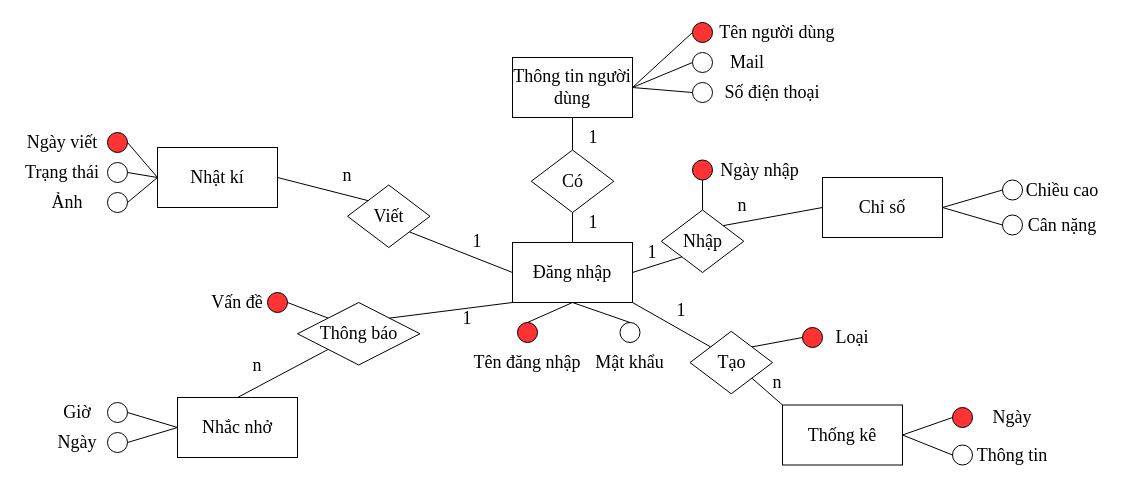
The draw.io diagram Document/Database.drawio in vanlinh1602/HealthTrackingApp, before the edit. Source tidied: cells renumbered, new cells numbered last; positions are measured from the earlier drawing's top-left corner, leaving out a move shared by most shapes. Both pictures are drawn from the tidied source at 100%, with x=0, y=0 at pixel (17, 17).
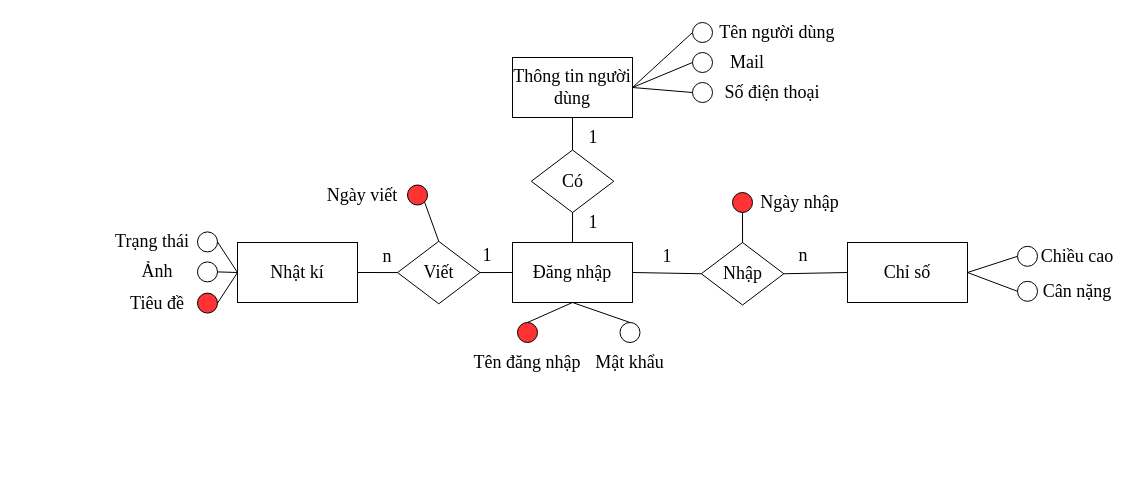
The same page after the edit.

The change refers to these unchanged cells:
```xml
<mxCell id="2" value="Đăng nhập" style="rounded=0;whiteSpace=wrap;html=1;fontFamily=Times New Roman;fontSize=18;" parent="1" vertex="1">
  <mxGeometry x="495" y="225" width="120" height="60" as="geometry" />
</mxCell>
```

The edit, as a diff of the source:
```diff
@@
     <mxCell id="3" value="Nhật kí" style="rounded=0;whiteSpace=wrap;html=1;fontFamily=Times New Roman;fontSize=18;" parent="1" vertex="1">
-      <mxGeometry x="140" y="130" width="120" height="60" as="geometry" />
+      <mxGeometry x="220" y="225" width="120" height="60" as="geometry" />
     </mxCell>
-    <mxCell id="4" value="Nhắc nhở" style="rounded=0;whiteSpace=wrap;html=1;fontFamily=Times New Roman;fontSize=18;" parent="1" vertex="1">
-      <mxGeometry x="160" y="380" width="120" height="60" as="geometry" />
-    </mxCell>
-    <mxCell id="5" value="Thống kê" style="rounded=0;whiteSpace=wrap;html=1;fontFamily=Times New Roman;fontSize=18;" parent="1" vertex="1">
-      <mxGeometry x="765" y="387.5" width="120" height="60" as="geometry" />
-    </mxCell>
@@
     <mxCell id="7" value="Chỉ số" style="rounded=0;whiteSpace=wrap;html=1;fontFamily=Times New Roman;fontSize=18;" parent="1" vertex="1">
-      <mxGeometry x="805" y="160" width="120" height="60" as="geometry" />
+      <mxGeometry x="830" y="225" width="120" height="60" as="geometry" />
     </mxCell>
@@
-    <mxCell id="12" value="Giờ" style="text;html=1;strokeColor=none;fillColor=none;align=center;verticalAlign=middle;whiteSpace=wrap;rounded=0;fontFamily=Times New Roman;fontSize=18;" parent="1" vertex="1">
-      <mxGeometry x="30" y="380" width="60" height="30" as="geometry" />
-    </mxCell>
-    <mxCell id="13" style="ellipse;whiteSpace=wrap;html=1;fontFamily=Times New Roman;fontSize=18;fillColor=#FFFFFF;" parent="1" vertex="1">
-      <mxGeometry x="90" y="385" width="20" height="20" as="geometry" />
-    </mxCell>
-    <mxCell id="14" value="Vấn đề" style="text;html=1;strokeColor=none;fillColor=none;align=center;verticalAlign=middle;whiteSpace=wrap;rounded=0;fontFamily=Times New Roman;fontSize=18;" parent="1" vertex="1">
-      <mxGeometry x="190" y="270" width="60" height="30" as="geometry" />
-    </mxCell>
-    <mxCell id="15" style="ellipse;whiteSpace=wrap;html=1;fontFamily=Times New Roman;fontSize=18;fillColor=#FF3333;" parent="1" vertex="1">
-      <mxGeometry x="250" y="275" width="20" height="20" as="geometry" />
-    </mxCell>
-    <mxCell id="16" value="Thông tin" style="text;html=1;strokeColor=none;fillColor=none;align=center;verticalAlign=middle;whiteSpace=wrap;rounded=0;fontFamily=Times New Roman;fontSize=18;" parent="1" vertex="1">
-      <mxGeometry x="955" y="422.5" width="80" height="30" as="geometry" />
-    </mxCell>
-    <mxCell id="17" style="ellipse;whiteSpace=wrap;html=1;fontFamily=Times New Roman;fontSize=18;fillColor=#FFFFFF;" parent="1" vertex="1">
-      <mxGeometry x="935" y="427.5" width="20" height="20" as="geometry" />
-    </mxCell>
-    <mxCell id="18" value="Loại" style="text;html=1;strokeColor=none;fillColor=none;align=center;verticalAlign=middle;whiteSpace=wrap;rounded=0;fontFamily=Times New Roman;fontSize=18;" parent="1" vertex="1">
-      <mxGeometry x="805" y="305" width="60" height="30" as="geometry" />
-    </mxCell>
-    <mxCell id="19" style="ellipse;whiteSpace=wrap;html=1;fontFamily=Times New Roman;fontSize=18;fillColor=#FF3333;" parent="1" vertex="1">
-      <mxGeometry x="785" y="310" width="20" height="20" as="geometry" />
-    </mxCell>
     <mxCell id="20" value="Chiều cao" style="text;html=1;strokeColor=none;fillColor=none;align=center;verticalAlign=middle;whiteSpace=wrap;rounded=0;fontFamily=Times New Roman;fontSize=18;" parent="1" vertex="1">
-      <mxGeometry x="1005" y="157.5" width="80" height="30" as="geometry" />
+      <mxGeometry x="1020" y="223.8" width="80" height="30" as="geometry" />
     </mxCell>
     <mxCell id="21" style="ellipse;whiteSpace=wrap;html=1;fontFamily=Times New Roman;fontSize=18;" parent="1" vertex="1">
-      <mxGeometry x="985" y="162.5" width="20" height="20" as="geometry" />
+      <mxGeometry x="1000" y="228.8" width="20" height="20" as="geometry" />
     </mxCell>
     <mxCell id="22" value="Cân nặng" style="text;html=1;strokeColor=none;fillColor=none;align=center;verticalAlign=middle;whiteSpace=wrap;rounded=0;fontFamily=Times New Roman;fontSize=18;" parent="1" vertex="1">
-      <mxGeometry x="1005" y="192.5" width="80" height="30" as="geometry" />
+      <mxGeometry x="1020" y="258.8" width="80" height="30" as="geometry" />
     </mxCell>
     <mxCell id="23" style="ellipse;whiteSpace=wrap;html=1;fontFamily=Times New Roman;fontSize=18;" parent="1" vertex="1">
-      <mxGeometry x="985" y="197.5" width="20" height="20" as="geometry" />
+      <mxGeometry x="1000" y="263.8" width="20" height="20" as="geometry" />
     </mxCell>
     <mxCell id="24" value="Ngày viết" style="text;html=1;strokeColor=none;fillColor=none;align=center;verticalAlign=middle;whiteSpace=wrap;rounded=0;fontFamily=Times New Roman;fontSize=18;" parent="1" vertex="1">
-      <mxGeometry y="110" width="90" height="30" as="geometry" />
+      <mxGeometry x="300" y="162.5" width="90" height="30" as="geometry" />
     </mxCell>
     <mxCell id="25" style="ellipse;whiteSpace=wrap;html=1;fontFamily=Times New Roman;fontSize=18;fillColor=#FF3333;" parent="1" vertex="1">
-      <mxGeometry x="90" y="115" width="20" height="20" as="geometry" />
+      <mxGeometry x="390" y="167.5" width="20" height="20" as="geometry" />
     </mxCell>
     <mxCell id="26" value="Trạng thái" style="text;html=1;strokeColor=none;fillColor=none;align=center;verticalAlign=middle;whiteSpace=wrap;rounded=0;fontFamily=Times New Roman;fontSize=18;" parent="1" vertex="1">
-      <mxGeometry y="140" width="90" height="30" as="geometry" />
+      <mxGeometry x="90" y="209.4" width="90" height="30" as="geometry" />
     </mxCell>
     <mxCell id="27" style="ellipse;whiteSpace=wrap;html=1;fontFamily=Times New Roman;fontSize=18;" parent="1" vertex="1">
-      <mxGeometry x="90" y="145" width="20" height="20" as="geometry" />
+      <mxGeometry x="180" y="214.4" width="20" height="20" as="geometry" />
     </mxCell>
     <mxCell id="28" value="Ảnh" style="text;html=1;strokeColor=none;fillColor=none;align=center;verticalAlign=middle;whiteSpace=wrap;rounded=0;fontFamily=Times New Roman;fontSize=18;" parent="1" vertex="1">
-      <mxGeometry x="10" y="170" width="80" height="30" as="geometry" />
+      <mxGeometry x="100" y="239.4" width="80" height="30" as="geometry" />
     </mxCell>
     <mxCell id="29" style="ellipse;whiteSpace=wrap;html=1;fontFamily=Times New Roman;fontSize=18;" parent="1" vertex="1">
-      <mxGeometry x="90" y="175" width="20" height="20" as="geometry" />
+      <mxGeometry x="180" y="244.4" width="20" height="20" as="geometry" />
     </mxCell>
@@
-    <mxCell id="31" style="ellipse;whiteSpace=wrap;html=1;fontFamily=Times New Roman;fontSize=18;fillColor=#FF3333;" parent="1" vertex="1">
+    <mxCell id="31" style="ellipse;whiteSpace=wrap;html=1;fontFamily=Times New Roman;fontSize=18;fillColor=#FFFFFF;" parent="1" vertex="1">
       <mxGeometry x="675" y="5" width="20" height="20" as="geometry" />
     </mxCell>
@@
-    <mxCell id="36" value="Ngày" style="text;html=1;strokeColor=none;fillColor=none;align=center;verticalAlign=middle;whiteSpace=wrap;rounded=0;fontFamily=Times New Roman;fontSize=18;" parent="1" vertex="1">
-      <mxGeometry x="30" y="410" width="60" height="30" as="geometry" />
-    </mxCell>
-    <mxCell id="37" style="ellipse;whiteSpace=wrap;html=1;fontFamily=Times New Roman;fontSize=18;fillColor=#FFFFFF;" parent="1" vertex="1">
-      <mxGeometry x="90" y="415" width="20" height="20" as="geometry" />
-    </mxCell>
@@
-    <mxCell id="39" style="endArrow=none;html=1;rounded=0;fontFamily=Times New Roman;fontSize=18;exitX=1;exitY=0.5;exitDx=0;exitDy=0;entryX=0;entryY=0;entryDx=0;entryDy=0;" parent="1" edge="1" source="15" target="62">
-      <mxGeometry relative="1" as="geometry" />
-    </mxCell>
-    <mxCell id="40" style="endArrow=none;html=1;rounded=0;fontFamily=Times New Roman;fontSize=18;entryX=0;entryY=0.5;entryDx=0;entryDy=0;exitX=1;exitY=0.5;exitDx=0;exitDy=0;" parent="1" edge="1" source="25" target="3">
+    <mxCell id="40" style="endArrow=none;html=1;rounded=0;fontFamily=Times New Roman;fontSize=18;entryX=1;entryY=1;entryDx=0;entryDy=0;exitX=0.5;exitY=0;exitDx=0;exitDy=0;" parent="1" edge="1" source="59" target="25">
       <mxGeometry relative="1" as="geometry" />
     </mxCell>
-    <mxCell id="41" style="endArrow=none;html=1;rounded=0;fontFamily=Times New Roman;fontSize=18;entryX=0;entryY=0.5;entryDx=0;entryDy=0;exitX=1;exitY=0.5;exitDx=0;exitDy=0;" parent="1" edge="1" source="27" target="3">
+    <mxCell id="41" style="endArrow=none;html=1;rounded=0;fontFamily=Times New Roman;fontSize=18;exitX=1;exitY=0.5;exitDx=0;exitDy=0;entryX=0;entryY=0.5;entryDx=0;entryDy=0;" parent="1" edge="1" source="27" target="3">
       <mxGeometry relative="1" as="geometry" />
     </mxCell>
@@
-    <mxCell id="43" style="endArrow=none;html=1;rounded=0;fontFamily=Times New Roman;fontSize=18;exitX=1;exitY=0.5;exitDx=0;exitDy=0;entryX=0;entryY=0.5;entryDx=0;entryDy=0;" parent="1" edge="1" source="13" target="4">
-      <mxGeometry relative="1" as="geometry" />
-    </mxCell>
-    <mxCell id="44" style="endArrow=none;html=1;rounded=0;fontFamily=Times New Roman;fontSize=18;exitX=1;exitY=0.5;exitDx=0;exitDy=0;entryX=0;entryY=0.5;entryDx=0;entryDy=0;" parent="1" edge="1" source="37" target="4">
-      <mxGeometry relative="1" as="geometry" />
-    </mxCell>
-    <mxCell id="45" style="endArrow=none;html=1;rounded=0;fontFamily=Times New Roman;fontSize=18;exitX=1;exitY=0;exitDx=0;exitDy=0;entryX=0;entryY=0.5;entryDx=0;entryDy=0;" parent="1" edge="1" source="65" target="19">
-      <mxGeometry relative="1" as="geometry" />
-    </mxCell>
-    <mxCell id="46" style="endArrow=none;html=1;rounded=0;fontFamily=Times New Roman;fontSize=18;exitX=1;exitY=0.5;exitDx=0;exitDy=0;entryX=0;entryY=0.5;entryDx=0;entryDy=0;" parent="1" edge="1" source="5" target="17">
-      <mxGeometry relative="1" as="geometry" />
-    </mxCell>
@@
     <mxCell id="56" value="Nhập" style="rhombus;whiteSpace=wrap;html=1;fontFamily=Times New Roman;fontSize=18;" parent="1" vertex="1">
-      <mxGeometry x="643.8" y="192.5" width="82.5" height="62.5" as="geometry" />
+      <mxGeometry x="683.8" y="225" width="82.5" height="62.5" as="geometry" />
     </mxCell>
-    <mxCell id="57" style="endArrow=none;html=1;rounded=0;fontFamily=Times New Roman;fontSize=18;exitX=0;exitY=0.5;exitDx=0;exitDy=0;entryX=1;entryY=0;entryDx=0;entryDy=0;" parent="1" edge="1" source="7" target="56">
+    <mxCell id="57" style="endArrow=none;html=1;rounded=0;fontFamily=Times New Roman;fontSize=18;exitX=0;exitY=0.5;exitDx=0;exitDy=0;entryX=1;entryY=0.5;entryDx=0;entryDy=0;" parent="1" edge="1" source="7" target="56">
       <mxGeometry relative="1" as="geometry" />
     </mxCell>
-    <mxCell id="58" style="endArrow=none;html=1;rounded=0;fontFamily=Times New Roman;fontSize=18;exitX=0;exitY=1;exitDx=0;exitDy=0;entryX=1;entryY=0.5;entryDx=0;entryDy=0;" parent="1" edge="1" source="56" target="2">
+    <mxCell id="58" style="endArrow=none;html=1;rounded=0;fontFamily=Times New Roman;fontSize=18;exitX=0;exitY=0.5;exitDx=0;exitDy=0;entryX=1;entryY=0.5;entryDx=0;entryDy=0;" parent="1" edge="1" source="56" target="2">
       <mxGeometry relative="1" as="geometry" />
     </mxCell>
     <mxCell id="59" value="Viết" style="rhombus;whiteSpace=wrap;html=1;fontFamily=Times New Roman;fontSize=18;" parent="1" vertex="1">
-      <mxGeometry x="330" y="167.5" width="82.5" height="62.5" as="geometry" />
+      <mxGeometry x="380" y="223.8" width="82.5" height="62.5" as="geometry" />
     </mxCell>
-    <mxCell id="60" style="endArrow=none;html=1;rounded=0;fontFamily=Times New Roman;fontSize=18;exitX=1;exitY=0.5;exitDx=0;exitDy=0;entryX=0;entryY=0;entryDx=0;entryDy=0;" parent="1" edge="1" source="3" target="59">
+    <mxCell id="60" style="endArrow=none;html=1;rounded=0;fontFamily=Times New Roman;fontSize=18;exitX=1;exitY=0.5;exitDx=0;exitDy=0;entryX=0;entryY=0.5;entryDx=0;entryDy=0;" parent="1" edge="1" source="3" target="59">
       <mxGeometry relative="1" as="geometry" />
     </mxCell>
-    <mxCell id="61" style="endArrow=none;html=1;rounded=0;fontFamily=Times New Roman;fontSize=18;exitX=1;exitY=1;exitDx=0;exitDy=0;entryX=0;entryY=0.5;entryDx=0;entryDy=0;" parent="1" edge="1" source="59" target="2">
+    <mxCell id="61" style="endArrow=none;html=1;rounded=0;fontFamily=Times New Roman;fontSize=18;exitX=1;exitY=0.5;exitDx=0;exitDy=0;entryX=0;entryY=0.5;entryDx=0;entryDy=0;" parent="1" edge="1" source="59" target="2">
       <mxGeometry relative="1" as="geometry" />
     </mxCell>
-    <mxCell id="62" value="Thông báo" style="rhombus;whiteSpace=wrap;html=1;fontFamily=Times New Roman;fontSize=18;" parent="1" vertex="1">
-      <mxGeometry x="280" y="285" width="122.5" height="62.5" as="geometry" />
-    </mxCell>
-    <mxCell id="63" style="endArrow=none;html=1;rounded=0;fontFamily=Times New Roman;fontSize=18;exitX=0;exitY=1;exitDx=0;exitDy=0;entryX=1;entryY=0;entryDx=0;entryDy=0;" parent="1" edge="1" source="2" target="62">
-      <mxGeometry relative="1" as="geometry" />
-    </mxCell>
-    <mxCell id="64" style="endArrow=none;html=1;rounded=0;fontFamily=Times New Roman;fontSize=18;exitX=0;exitY=1;exitDx=0;exitDy=0;entryX=0.5;entryY=0;entryDx=0;entryDy=0;" parent="1" edge="1" source="62" target="4">
-      <mxGeometry relative="1" as="geometry" />
-    </mxCell>
-    <mxCell id="65" value="Tạo" style="rhombus;whiteSpace=wrap;html=1;fontFamily=Times New Roman;fontSize=18;" parent="1" vertex="1">
-      <mxGeometry x="672.5" y="313.8" width="82.5" height="62.5" as="geometry" />
-    </mxCell>
-    <mxCell id="66" style="endArrow=none;html=1;rounded=0;fontFamily=Times New Roman;fontSize=18;exitX=1;exitY=1;exitDx=0;exitDy=0;entryX=0;entryY=0;entryDx=0;entryDy=0;" parent="1" edge="1" source="2" target="65">
-      <mxGeometry relative="1" as="geometry" />
-    </mxCell>
-    <mxCell id="67" style="endArrow=none;html=1;rounded=0;fontFamily=Times New Roman;fontSize=18;exitX=1;exitY=1;exitDx=0;exitDy=0;entryX=0;entryY=0;entryDx=0;entryDy=0;" parent="1" edge="1" source="65" target="5">
-      <mxGeometry relative="1" as="geometry" />
-    </mxCell>
     <mxCell id="68" value="1" style="text;html=1;strokeColor=none;fillColor=none;align=center;verticalAlign=middle;whiteSpace=wrap;rounded=0;fontFamily=Times New Roman;fontSize=18;" parent="1" vertex="1">
-      <mxGeometry x="440" y="211.2" width="40" height="25" as="geometry" />
+      <mxGeometry x="450" y="225" width="40" height="25" as="geometry" />
     </mxCell>
@@
-    <mxCell id="71" value="1" style="text;html=1;strokeColor=none;fillColor=none;align=center;verticalAlign=middle;whiteSpace=wrap;rounded=0;fontFamily=Times New Roman;fontSize=18;" parent="1" vertex="1">
-      <mxGeometry x="430" y="288.8" width="40" height="25" as="geometry" />
-    </mxCell>
-    <mxCell id="72" value="1" style="text;html=1;strokeColor=none;fillColor=none;align=center;verticalAlign=middle;whiteSpace=wrap;rounded=0;fontFamily=Times New Roman;fontSize=18;" parent="1" vertex="1">
-      <mxGeometry x="643.8" y="280" width="40" height="25" as="geometry" />
-    </mxCell>
     <mxCell id="73" value="1" style="text;html=1;strokeColor=none;fillColor=none;align=center;verticalAlign=middle;whiteSpace=wrap;rounded=0;fontFamily=Times New Roman;fontSize=18;" parent="1" vertex="1">
-      <mxGeometry x="615" y="222.5" width="40" height="25" as="geometry" />
+      <mxGeometry x="630" y="226.2" width="40" height="25" as="geometry" />
     </mxCell>
     <mxCell id="74" value="n" style="text;html=1;strokeColor=none;fillColor=none;align=center;verticalAlign=middle;whiteSpace=wrap;rounded=0;fontFamily=Times New Roman;fontSize=18;" parent="1" vertex="1">
-      <mxGeometry x="705" y="175" width="40" height="25" as="geometry" />
+      <mxGeometry x="766.2" y="225" width="40" height="25" as="geometry" />
     </mxCell>
-    <mxCell id="75" value="n" style="text;html=1;strokeColor=none;fillColor=none;align=center;verticalAlign=middle;whiteSpace=wrap;rounded=0;fontFamily=Times New Roman;fontSize=18;" parent="1" vertex="1">
-      <mxGeometry x="740" y="352.5" width="40" height="25" as="geometry" />
-    </mxCell>
     <mxCell id="76" value="n" style="text;html=1;strokeColor=none;fillColor=none;align=center;verticalAlign=middle;whiteSpace=wrap;rounded=0;fontFamily=Times New Roman;fontSize=18;" parent="1" vertex="1">
-      <mxGeometry x="310" y="145" width="40" height="25" as="geometry" />
+      <mxGeometry x="350" y="226.2" width="40" height="25" as="geometry" />
     </mxCell>
-    <mxCell id="77" value="n" style="text;html=1;strokeColor=none;fillColor=none;align=center;verticalAlign=middle;whiteSpace=wrap;rounded=0;fontFamily=Times New Roman;fontSize=18;" parent="1" vertex="1">
-      <mxGeometry x="200" y="335" width="80" height="25" as="geometry" />
-    </mxCell>
-    <mxCell id="78" value="Ngày" style="text;html=1;strokeColor=none;fillColor=none;align=center;verticalAlign=middle;whiteSpace=wrap;rounded=0;fontFamily=Times New Roman;fontSize=18;" parent="1" vertex="1">
-      <mxGeometry x="955" y="385" width="80" height="30" as="geometry" />
-    </mxCell>
-    <mxCell id="79" style="ellipse;whiteSpace=wrap;html=1;fontFamily=Times New Roman;fontSize=18;fillColor=#FF3333;" parent="1" vertex="1">
-      <mxGeometry x="935" y="390" width="20" height="20" as="geometry" />
-    </mxCell>
-    <mxCell id="80" style="endArrow=none;html=1;rounded=0;fontFamily=Times New Roman;fontSize=18;exitX=1;exitY=0.5;exitDx=0;exitDy=0;entryX=0;entryY=0.5;entryDx=0;entryDy=0;" parent="1" edge="1" source="5" target="79">
-      <mxGeometry relative="1" as="geometry" />
-    </mxCell>
     <mxCell id="81" value="Ngày nhập" style="text;html=1;strokeColor=none;fillColor=none;align=center;verticalAlign=middle;whiteSpace=wrap;rounded=0;fontFamily=Times New Roman;fontSize=18;" parent="1" vertex="1">
-      <mxGeometry x="695" y="137.5" width="95" height="30" as="geometry" />
+      <mxGeometry x="735" y="170" width="95" height="30" as="geometry" />
     </mxCell>
     <mxCell id="82" style="ellipse;whiteSpace=wrap;html=1;fontFamily=Times New Roman;fontSize=18;fillColor=#FF3333;" parent="1" vertex="1">
-      <mxGeometry x="675" y="142.5" width="20" height="20" as="geometry" />
+      <mxGeometry x="715" y="175" width="20" height="20" as="geometry" />
     </mxCell>
@@
+    <mxCell id="84" value="Tiêu đề" style="text;html=1;strokeColor=none;fillColor=none;align=center;verticalAlign=middle;whiteSpace=wrap;rounded=0;fontFamily=Times New Roman;fontSize=18;" parent="1" vertex="1">
+      <mxGeometry x="100" y="270.6" width="80" height="30" as="geometry" />
+    </mxCell>
+    <mxCell id="85" style="ellipse;whiteSpace=wrap;html=1;fontFamily=Times New Roman;fontSize=18;fillColor=#FF3333;strokeColor=#000000;" parent="1" vertex="1">
+      <mxGeometry x="180" y="275.6" width="20" height="20" as="geometry" />
+    </mxCell>
+    <mxCell id="86" style="endArrow=none;html=1;rounded=0;fontFamily=Times New Roman;fontSize=18;entryX=0;entryY=0.5;entryDx=0;entryDy=0;exitX=1;exitY=0.5;exitDx=0;exitDy=0;" parent="1" edge="1" source="85" target="3">
+      <mxGeometry relative="1" as="geometry" />
+    </mxCell>
```
